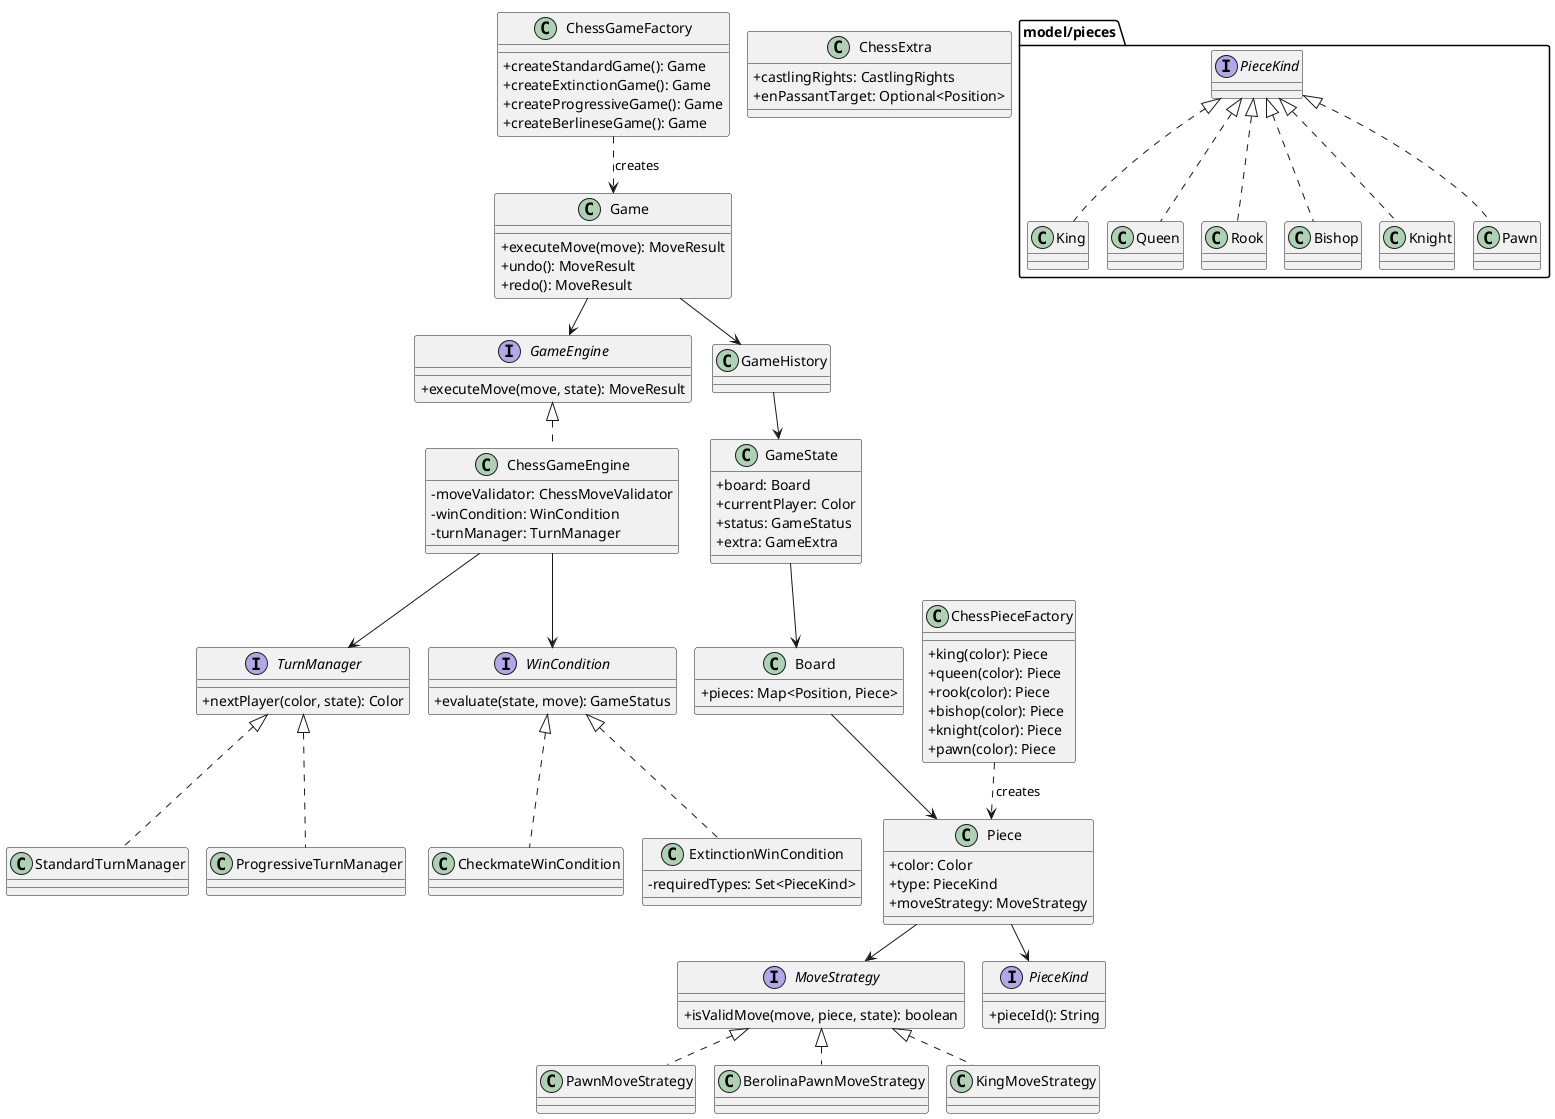
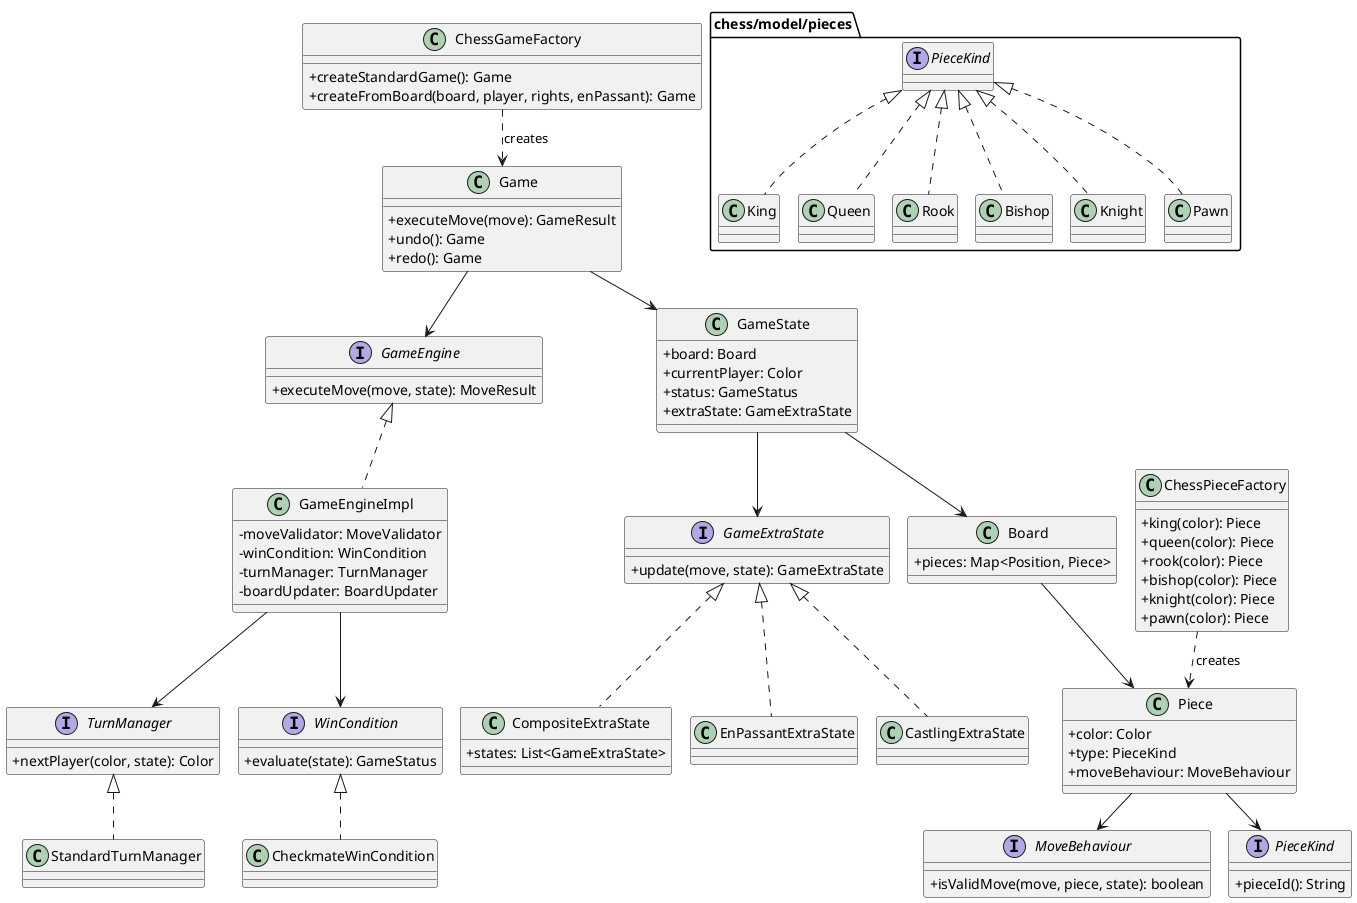
@startuml chess-class-diagram
!pragma layout smetana
skinparam classAttributeIconSize 0

interface GameEngine {
  +executeMove(move, state): MoveResult
}
interface TurnManager {
  +nextPlayer(color, state): Color
}
interface WinCondition {
-   +evaluate(state, move): GameStatus
+   +evaluate(state): GameStatus
}
- interface MoveStrategy {
+ interface MoveBehaviour {
  +isValidMove(move, piece, state): boolean
}
interface PieceKind {
  +pieceId(): String
}
+ interface GameExtraState {
+   +update(move, state): GameExtraState
+ }

class Game {
-   +executeMove(move): MoveResult
-   +undo(): MoveResult
-   +redo(): MoveResult
+   +executeMove(move): GameResult
+   +undo(): Game
+   +redo(): Game
}
- class GameHistory
class GameState {
  +board: Board
  +currentPlayer: Color
  +status: GameStatus
-   +extra: GameExtra
+   +extraState: GameExtraState
}
class Board {
  +pieces: Map<Position, Piece>
}
class Piece {
  +color: Color
  +type: PieceKind
-   +moveStrategy: MoveStrategy
+   +moveBehaviour: MoveBehaviour
}

- package "model/pieces" {
+ package "chess/model/pieces" {
  class King implements PieceKind
  class Queen implements PieceKind
  class Rook implements PieceKind
  class Bishop implements PieceKind
  class Knight implements PieceKind
  class Pawn implements PieceKind
}

- class ChessExtra {
-   +castlingRights: CastlingRights
-   +enPassantTarget: Optional<Position>
+ class CompositeExtraState implements GameExtraState {
+   +states: List<GameExtraState>
}
+ class EnPassantExtraState implements GameExtraState
+ class CastlingExtraState implements GameExtraState
+ 
class ChessPieceFactory {
  +king(color): Piece
  +queen(color): Piece
  +rook(color): Piece
  +bishop(color): Piece
  +knight(color): Piece
  +pawn(color): Piece
}
class CheckmateWinCondition implements WinCondition
- class ExtinctionWinCondition implements WinCondition {
-   -requiredTypes: Set<PieceKind>
- }
class StandardTurnManager implements TurnManager
- class ProgressiveTurnManager implements TurnManager
- class PawnMoveStrategy implements MoveStrategy
- class BerolinaPawnMoveStrategy implements MoveStrategy
- class KingMoveStrategy implements MoveStrategy
- class ChessGameEngine implements GameEngine {
-   -moveValidator: ChessMoveValidator
+ class GameEngineImpl implements GameEngine {
+   -moveValidator: MoveValidator
  -winCondition: WinCondition
  -turnManager: TurnManager
+   -boardUpdater: BoardUpdater
}
class ChessGameFactory {
  +createStandardGame(): Game
-   +createExtinctionGame(): Game
-   +createProgressiveGame(): Game
-   +createBerlineseGame(): Game
+   +createFromBoard(board, player, rights, enPassant): Game
}

Game --> GameEngine
- Game --> GameHistory
- GameHistory --> GameState
+ Game --> GameState
GameState --> Board
+ GameState --> GameExtraState
Board --> Piece
Piece --> PieceKind
- Piece --> MoveStrategy
- ChessGameEngine --> TurnManager
- ChessGameEngine --> WinCondition
+ Piece --> MoveBehaviour
+ GameEngineImpl --> TurnManager
+ GameEngineImpl --> WinCondition
ChessGameFactory ..> Game : creates
ChessPieceFactory ..> Piece : creates

@enduml